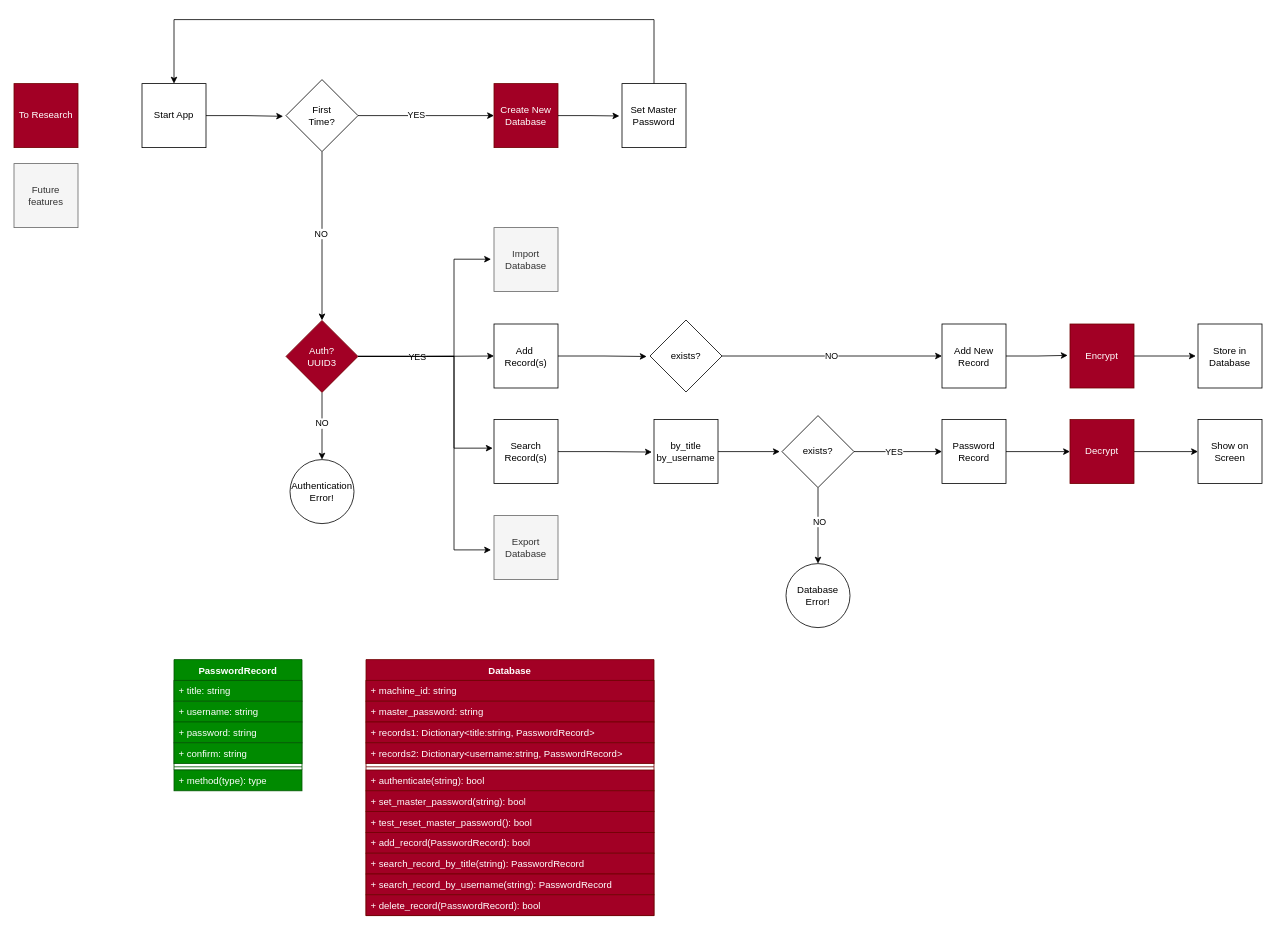
Above: flowcharts/passwordManager-flowchart.drawio in lsvishaal/Password_Manager (draw.io), before the change. Source tidied: cells renumbered, new cells numbered last; positions are measured from the earlier drawing's top-left corner, leaving out a move shared by most shapes. Both pictures are drawn from the tidied source at 80%, with x=0, y=0 at pixel (14, 19).
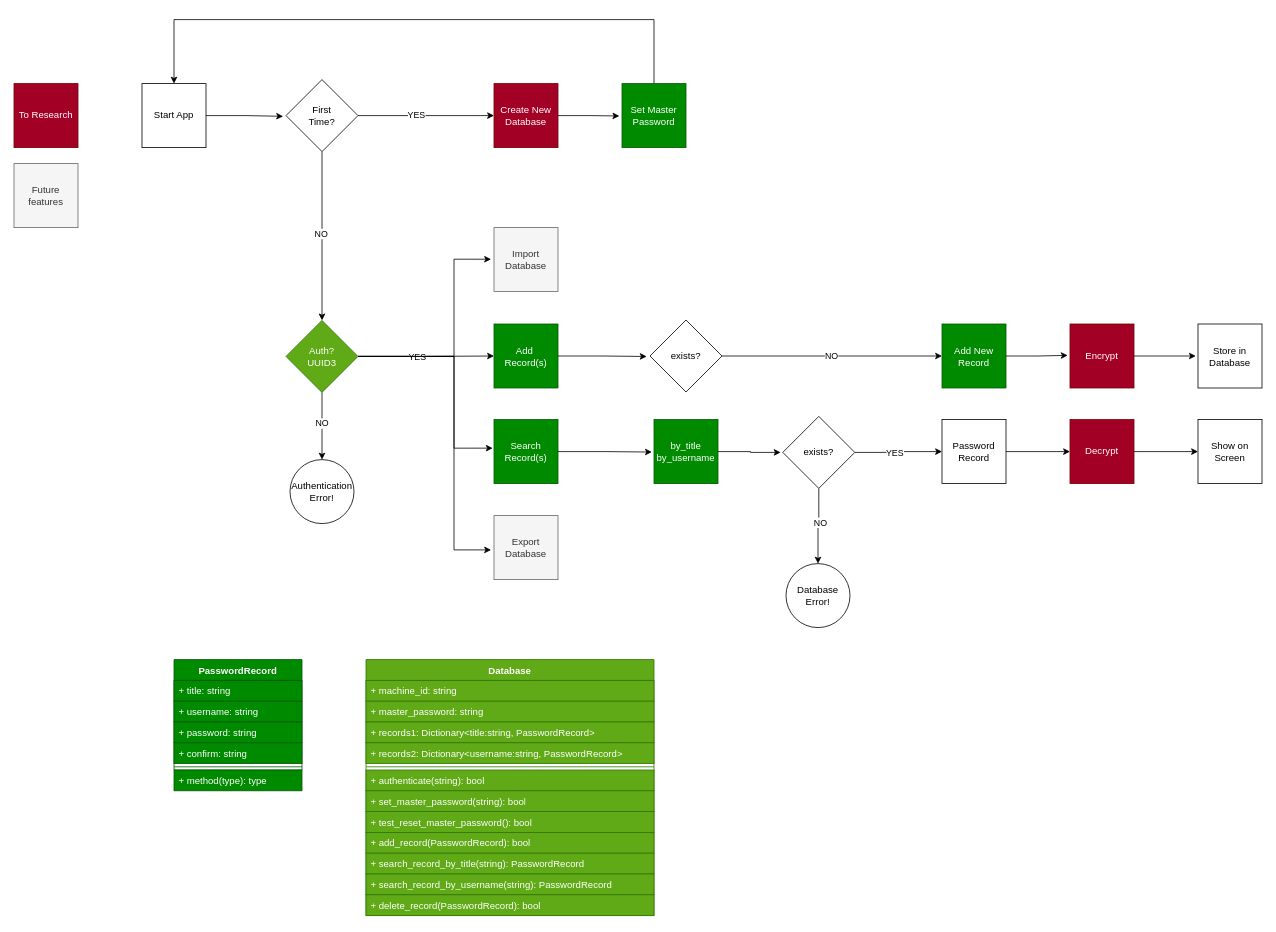
The same diagram, later.

Commit message (it also covers changes not shown here):
Refactor PasswordManager class to include Authentication, Encrypt, and Decrypt classes

What changed in the source:
```diff
@@
-    <mxCell id="10" value="Add&amp;nbsp; Record(s)" style="whiteSpace=wrap;html=1;" parent="1" vertex="1">
+    <mxCell id="10" value="Add&amp;nbsp; Record(s)" style="whiteSpace=wrap;html=1;fillColor=#008a00;fontColor=#ffffff;strokeColor=#005700;" parent="1" vertex="1">
       <mxGeometry x="600" y="380.5" width="80" height="80" as="geometry" />
     </mxCell>
@@
-    <mxCell id="13" value="Set Master&lt;br&gt;Password" style="whiteSpace=wrap;html=1;" parent="1" vertex="1">
+    <mxCell id="13" value="Set Master&lt;br&gt;Password" style="whiteSpace=wrap;html=1;fillColor=#008a00;fontColor=#ffffff;strokeColor=#005700;" parent="1" vertex="1">
       <mxGeometry x="760" y="80" width="80" height="80" as="geometry" />
     </mxCell>
@@
-    <mxCell id="18" value="Auth?&lt;br&gt;UUID3" style="rhombus;whiteSpace=wrap;html=1;fillColor=#a20025;strokeColor=#6F0000;fontColor=#ffffff;" parent="1" vertex="1">
+    <mxCell id="18" value="Auth?&lt;br&gt;UUID3" style="rhombus;whiteSpace=wrap;html=1;fillColor=#60a917;strokeColor=#2D7600;fontColor=#ffffff;" parent="1" vertex="1">
       <mxGeometry x="340" y="376" width="90" height="90" as="geometry" />
     </mxCell>
@@
-    <mxCell id="22" value="Search&lt;br&gt;Record(s)" style="whiteSpace=wrap;html=1;" parent="1" vertex="1">
+    <mxCell id="22" value="Search&lt;br&gt;Record(s)" style="whiteSpace=wrap;html=1;fillColor=#008a00;fontColor=#ffffff;strokeColor=#005700;" parent="1" vertex="1">
       <mxGeometry x="600" y="500" width="80" height="80" as="geometry" />
     </mxCell>
@@
-    <mxCell id="32" value="Database" style="swimlane;fontStyle=1;align=center;verticalAlign=top;horizontal=1;startSize=26;whiteSpace=wrap;html=1;fillColor=#a20025;strokeColor=#6F0000;fontColor=#ffffff;" parent="1" vertex="1">
+    <mxCell id="32" value="Database" style="swimlane;fontStyle=1;align=center;verticalAlign=top;horizontal=1;startSize=26;whiteSpace=wrap;html=1;fillColor=#60a917;strokeColor=#2D7600;fontColor=#ffffff;" parent="1" vertex="1">
       <mxGeometry x="440" y="800" width="360" height="320" as="geometry" />
     </mxCell>
-    <mxCell id="33" value="+ machine_id: string" style="text;strokeColor=#6F0000;fillColor=#a20025;align=left;verticalAlign=top;spacingLeft=4;spacingRight=4;overflow=hidden;whiteSpace=wrap;html=1;fontColor=#ffffff;" parent="32" vertex="1">
+    <mxCell id="33" value="+ machine_id: string" style="text;strokeColor=#2D7600;fillColor=#60a917;align=left;verticalAlign=top;spacingLeft=4;spacingRight=4;overflow=hidden;whiteSpace=wrap;html=1;fontColor=#ffffff;" parent="32" vertex="1">
       <mxGeometry y="26" width="360" height="26" as="geometry" />
     </mxCell>
-    <mxCell id="34" value="+ master_password: string" style="text;strokeColor=#6F0000;fillColor=#a20025;align=left;verticalAlign=top;spacingLeft=4;spacingRight=4;overflow=hidden;whiteSpace=wrap;html=1;fontColor=#ffffff;" parent="32" vertex="1">
+    <mxCell id="34" value="+ master_password: string" style="text;strokeColor=#2D7600;fillColor=#60a917;align=left;verticalAlign=top;spacingLeft=4;spacingRight=4;overflow=hidden;whiteSpace=wrap;html=1;fontColor=#ffffff;" parent="32" vertex="1">
       <mxGeometry y="52" width="360" height="26" as="geometry" />
     </mxCell>
-    <mxCell id="35" value="+ records1: Dictionary&amp;lt;title:string, PasswordRecord&amp;gt;" style="text;strokeColor=#6F0000;fillColor=#a20025;align=left;verticalAlign=top;spacingLeft=4;spacingRight=4;overflow=hidden;whiteSpace=wrap;html=1;fontColor=#ffffff;" parent="32" vertex="1">
+    <mxCell id="35" value="+ records1: Dictionary&amp;lt;title:string, PasswordRecord&amp;gt;" style="text;strokeColor=#2D7600;fillColor=#60a917;align=left;verticalAlign=top;spacingLeft=4;spacingRight=4;overflow=hidden;whiteSpace=wrap;html=1;fontColor=#ffffff;" parent="32" vertex="1">
       <mxGeometry y="78" width="360" height="26" as="geometry" />
     </mxCell>
-    <mxCell id="36" value="+ records2: Dictionary&amp;lt;username:string, PasswordRecord&amp;gt;" style="text;strokeColor=#6F0000;fillColor=#a20025;align=left;verticalAlign=top;spacingLeft=4;spacingRight=4;overflow=hidden;whiteSpace=wrap;html=1;fontColor=#ffffff;" parent="32" vertex="1">
+    <mxCell id="36" value="+ records2: Dictionary&amp;lt;username:string, PasswordRecord&amp;gt;" style="text;strokeColor=#2D7600;fillColor=#60a917;align=left;verticalAlign=top;spacingLeft=4;spacingRight=4;overflow=hidden;whiteSpace=wrap;html=1;fontColor=#ffffff;" parent="32" vertex="1">
       <mxGeometry y="104" width="360" height="26" as="geometry" />
     </mxCell>
-    <mxCell id="37" style="line;strokeWidth=1;fillColor=#a20025;align=left;verticalAlign=middle;spacingTop=-1;spacingLeft=3;spacingRight=3;labelPosition=right;strokeColor=#6F0000;fontColor=#ffffff;" parent="32" vertex="1">
+    <mxCell id="37" style="line;strokeWidth=1;fillColor=#60a917;align=left;verticalAlign=middle;spacingTop=-1;spacingLeft=3;spacingRight=3;labelPosition=right;strokeColor=#2D7600;fontColor=#ffffff;" parent="32" vertex="1">
       <mxGeometry y="130" width="360" height="8" as="geometry" />
     </mxCell>
-    <mxCell id="38" value="+ authenticate(string): bool" style="text;strokeColor=#6F0000;fillColor=#a20025;align=left;verticalAlign=top;spacingLeft=4;spacingRight=4;overflow=hidden;whiteSpace=wrap;html=1;fontColor=#ffffff;" parent="32" vertex="1">
+    <mxCell id="38" value="+ authenticate(string): bool" style="text;strokeColor=#2D7600;fillColor=#60a917;align=left;verticalAlign=top;spacingLeft=4;spacingRight=4;overflow=hidden;whiteSpace=wrap;html=1;fontColor=#ffffff;" parent="32" vertex="1">
       <mxGeometry y="138" width="360" height="26" as="geometry" />
     </mxCell>
-    <mxCell id="39" value="+ set_master_password(string): bool" style="text;strokeColor=#6F0000;fillColor=#a20025;align=left;verticalAlign=top;spacingLeft=4;spacingRight=4;overflow=hidden;whiteSpace=wrap;html=1;fontColor=#ffffff;" parent="32" vertex="1">
+    <mxCell id="39" value="+ set_master_password(string): bool" style="text;strokeColor=#2D7600;fillColor=#60a917;align=left;verticalAlign=top;spacingLeft=4;spacingRight=4;overflow=hidden;whiteSpace=wrap;html=1;fontColor=#ffffff;" parent="32" vertex="1">
       <mxGeometry y="164" width="360" height="26" as="geometry" />
     </mxCell>
-    <mxCell id="40" value="+ test_reset_master_password(): bool" style="text;strokeColor=#6F0000;fillColor=#a20025;align=left;verticalAlign=top;spacingLeft=4;spacingRight=4;overflow=hidden;whiteSpace=wrap;html=1;fontColor=#ffffff;" parent="32" vertex="1">
+    <mxCell id="40" value="+ test_reset_master_password(): bool" style="text;strokeColor=#2D7600;fillColor=#60a917;align=left;verticalAlign=top;spacingLeft=4;spacingRight=4;overflow=hidden;whiteSpace=wrap;html=1;fontColor=#ffffff;" parent="32" vertex="1">
       <mxGeometry y="190" width="360" height="26" as="geometry" />
     </mxCell>
-    <mxCell id="41" value="+ add_record(PasswordRecord): bool" style="text;strokeColor=#6F0000;fillColor=#a20025;align=left;verticalAlign=top;spacingLeft=4;spacingRight=4;overflow=hidden;whiteSpace=wrap;html=1;fontColor=#ffffff;" parent="32" vertex="1">
+    <mxCell id="41" value="+ add_record(PasswordRecord): bool" style="text;strokeColor=#2D7600;fillColor=#60a917;align=left;verticalAlign=top;spacingLeft=4;spacingRight=4;overflow=hidden;whiteSpace=wrap;html=1;fontColor=#ffffff;" parent="32" vertex="1">
       <mxGeometry y="216" width="360" height="26" as="geometry" />
     </mxCell>
-    <mxCell id="42" value="+ search_record_by_title(string): PasswordRecord" style="text;strokeColor=#6F0000;fillColor=#a20025;align=left;verticalAlign=top;spacingLeft=4;spacingRight=4;overflow=hidden;whiteSpace=wrap;html=1;fontColor=#ffffff;" parent="32" vertex="1">
+    <mxCell id="42" value="+ search_record_by_title(string): PasswordRecord" style="text;strokeColor=#2D7600;fillColor=#60a917;align=left;verticalAlign=top;spacingLeft=4;spacingRight=4;overflow=hidden;whiteSpace=wrap;html=1;fontColor=#ffffff;" parent="32" vertex="1">
       <mxGeometry y="242" width="360" height="26" as="geometry" />
     </mxCell>
-    <mxCell id="43" value="+ search_record_by_username(string): PasswordRecord" style="text;strokeColor=#6F0000;fillColor=#a20025;align=left;verticalAlign=top;spacingLeft=4;spacingRight=4;overflow=hidden;whiteSpace=wrap;html=1;fontColor=#ffffff;" parent="32" vertex="1">
+    <mxCell id="43" value="+ search_record_by_username(string): PasswordRecord" style="text;strokeColor=#2D7600;fillColor=#60a917;align=left;verticalAlign=top;spacingLeft=4;spacingRight=4;overflow=hidden;whiteSpace=wrap;html=1;fontColor=#ffffff;" parent="32" vertex="1">
       <mxGeometry y="268" width="360" height="26" as="geometry" />
     </mxCell>
-    <mxCell id="44" value="+ delete_record(PasswordRecord): bool" style="text;strokeColor=#6F0000;fillColor=#a20025;align=left;verticalAlign=top;spacingLeft=4;spacingRight=4;overflow=hidden;whiteSpace=wrap;html=1;fontColor=#ffffff;" parent="32" vertex="1">
+    <mxCell id="44" value="+ delete_record(PasswordRecord): bool" style="text;strokeColor=#2D7600;fillColor=#60a917;align=left;verticalAlign=top;spacingLeft=4;spacingRight=4;overflow=hidden;whiteSpace=wrap;html=1;fontColor=#ffffff;" parent="32" vertex="1">
       <mxGeometry y="294" width="360" height="26" as="geometry" />
     </mxCell>
-    <mxCell id="45" value="by_title&lt;br&gt;by_username" style="whiteSpace=wrap;html=1;" parent="1" vertex="1">
+    <mxCell id="45" value="by_title&lt;br&gt;by_username" style="whiteSpace=wrap;html=1;fillColor=#008a00;fontColor=#ffffff;strokeColor=#005700;" parent="1" vertex="1">
       <mxGeometry x="800" y="500" width="80" height="80" as="geometry" />
     </mxCell>
@@
     <mxCell id="51" value="exists?" style="rhombus;whiteSpace=wrap;html=1;" parent="1" vertex="1">
-      <mxGeometry x="960" y="495" width="90" height="90" as="geometry" />
+      <mxGeometry x="961" y="496" width="90" height="90" as="geometry" />
     </mxCell>
@@
-    <mxCell id="60" value="Add New&lt;br&gt;Record" style="whiteSpace=wrap;html=1;" parent="1" vertex="1">
+    <mxCell id="60" value="Add New&lt;br&gt;Record" style="whiteSpace=wrap;html=1;fillColor=#008a00;fontColor=#ffffff;strokeColor=#005700;" parent="1" vertex="1">
       <mxGeometry x="1160" y="380.5" width="80" height="80" as="geometry" />
     </mxCell>
```
